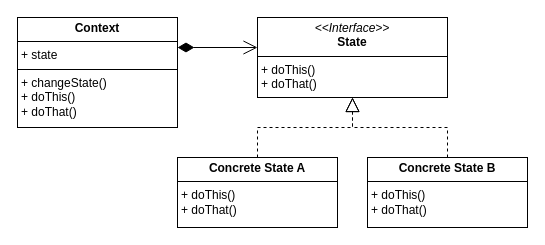
This is page "Page-1" (1 of 2) of public/blogs/state-machine/class-diagram.drawio from DLabbate/portfolio, a draw.io file, before an edit. Source tidied: cells renumbered, new cells numbered last; positions are measured from the earlier drawing's top-left corner, leaving out a move shared by most shapes. Both pictures are drawn from the tidied source at 100%, with x=0, y=0 at pixel (17, 17).
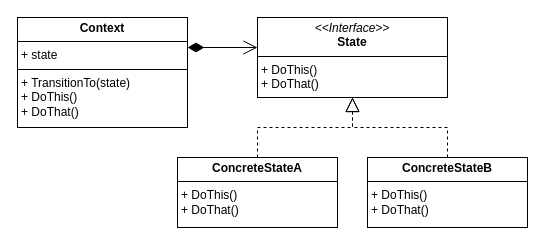
Above is the later version.

Diff of the diagram source:
```diff
@@
 <mxGraphModel>
   <root>
     <mxCell id="0" />
     <mxCell id="1" parent="0" />
-    <mxCell id="2" value="&lt;p style=&quot;margin:0px;margin-top:4px;text-align:center;&quot;&gt;&lt;b&gt;Context&lt;/b&gt;&lt;/p&gt;&lt;hr style=&quot;border-style:solid;&quot; size=&quot;1&quot;&gt;&lt;p style=&quot;margin:0px;margin-left:4px;&quot;&gt;+ state&lt;/p&gt;&lt;hr style=&quot;border-style:solid;&quot; size=&quot;1&quot;&gt;&lt;p style=&quot;margin:0px;margin-left:4px;&quot;&gt;+ changeState()&lt;/p&gt;&lt;p style=&quot;margin:0px;margin-left:4px;&quot;&gt;+ doThis()&lt;/p&gt;&lt;p style=&quot;margin:0px;margin-left:4px;&quot;&gt;+ doThat()&lt;/p&gt;" style="verticalAlign=top;align=left;overflow=fill;html=1;whiteSpace=wrap;fontFamily=Space Mono;" parent="1" vertex="1">
-      <mxGeometry width="160" height="110" as="geometry" />
+    <mxCell id="2" value="&lt;p style=&quot;margin:0px;margin-top:4px;text-align:center;&quot;&gt;&lt;b&gt;Context&lt;/b&gt;&lt;/p&gt;&lt;hr style=&quot;border-style:solid;&quot; size=&quot;1&quot;&gt;&lt;p style=&quot;margin:0px;margin-left:4px;&quot;&gt;+ state&lt;/p&gt;&lt;hr style=&quot;border-style:solid;&quot; size=&quot;1&quot;&gt;&lt;p style=&quot;margin:0px;margin-left:4px;&quot;&gt;+ TransitionTo(state)&lt;/p&gt;&lt;p style=&quot;margin:0px;margin-left:4px;&quot;&gt;+ DoThis()&lt;/p&gt;&lt;p style=&quot;margin:0px;margin-left:4px;&quot;&gt;+ DoThat()&lt;/p&gt;" style="verticalAlign=top;align=left;overflow=fill;html=1;whiteSpace=wrap;fontFamily=Space Mono;" parent="1" vertex="1">
+      <mxGeometry width="170" height="110" as="geometry" />
     </mxCell>
-    <mxCell id="3" value="&lt;p style=&quot;margin:0px;margin-top:4px;text-align:center;&quot;&gt;&lt;i&gt;&amp;lt;&amp;lt;Interface&amp;gt;&amp;gt;&lt;/i&gt;&lt;br&gt;&lt;b&gt;State&lt;/b&gt;&lt;/p&gt;&lt;hr style=&quot;border-style:solid;&quot; size=&quot;1&quot;&gt;&lt;p style=&quot;margin:0px;margin-left:4px;&quot;&gt;+ doThis()&lt;br&gt;+ doThat()&lt;/p&gt;" style="verticalAlign=top;align=left;overflow=fill;html=1;whiteSpace=wrap;fontFamily=Space Mono;" parent="1" vertex="1">
+    <mxCell id="3" value="&lt;p style=&quot;margin:0px;margin-top:4px;text-align:center;&quot;&gt;&lt;i&gt;&amp;lt;&amp;lt;Interface&amp;gt;&amp;gt;&lt;/i&gt;&lt;br&gt;&lt;b&gt;State&lt;/b&gt;&lt;/p&gt;&lt;hr style=&quot;border-style:solid;&quot; size=&quot;1&quot;&gt;&lt;p style=&quot;margin:0px;margin-left:4px;&quot;&gt;+ DoThis()&lt;br&gt;+ DoThat()&lt;/p&gt;" style="verticalAlign=top;align=left;overflow=fill;html=1;whiteSpace=wrap;fontFamily=Space Mono;" parent="1" vertex="1">
       <mxGeometry x="240" width="190" height="80" as="geometry" />
     </mxCell>
-    <mxCell id="4" value="&lt;p style=&quot;margin:0px;margin-top:4px;text-align:center;&quot;&gt;&lt;b&gt;Concrete State A&lt;/b&gt;&lt;/p&gt;&lt;hr style=&quot;border-style:solid;&quot; size=&quot;1&quot;&gt;&lt;p style=&quot;margin:0px;margin-left:4px;&quot;&gt;+ doThis()&lt;br&gt;+ doThat()&lt;br&gt;&lt;/p&gt;" style="verticalAlign=top;align=left;overflow=fill;html=1;whiteSpace=wrap;fontFamily=Space Mono;" parent="1" vertex="1">
+    <mxCell id="4" value="&lt;p style=&quot;margin:0px;margin-top:4px;text-align:center;&quot;&gt;&lt;b&gt;ConcreteStateA&lt;/b&gt;&lt;/p&gt;&lt;hr style=&quot;border-style:solid;&quot; size=&quot;1&quot;&gt;&lt;p style=&quot;margin:0px;margin-left:4px;&quot;&gt;+ DoThis()&lt;br&gt;+ DoThat()&lt;br&gt;&lt;/p&gt;" style="verticalAlign=top;align=left;overflow=fill;html=1;whiteSpace=wrap;fontFamily=Space Mono;" parent="1" vertex="1">
       <mxGeometry x="160" y="140" width="160" height="70" as="geometry" />
     </mxCell>
     <mxCell id="5" style="endArrow=block;dashed=1;endFill=0;endSize=12;html=1;rounded=0;entryX=0.5;entryY=1;entryDx=0;entryDy=0;exitX=0.5;exitY=0;exitDx=0;exitDy=0;fontFamily=Space Mono;" parent="1" edge="1" source="4" target="3">
       <mxGeometry relative="1" as="geometry">
         <Array as="points">
           <mxPoint x="240" y="110" />
           <mxPoint x="335" y="110" />
         </Array>
       </mxGeometry>
     </mxCell>
     <mxCell id="6" style="endArrow=block;dashed=1;endFill=0;endSize=12;html=1;rounded=0;entryX=0.5;entryY=1;entryDx=0;entryDy=0;exitX=0.5;exitY=0;exitDx=0;exitDy=0;fontFamily=Space Mono;" parent="1" edge="1" source="7" target="3">
       <mxGeometry relative="1" as="geometry">
         <Array as="points">
           <mxPoint x="430" y="110" />
           <mxPoint x="335" y="110" />
         </Array>
       </mxGeometry>
     </mxCell>
-    <mxCell id="7" value="&lt;p style=&quot;margin:0px;margin-top:4px;text-align:center;&quot;&gt;&lt;b&gt;Concrete State B&lt;/b&gt;&lt;/p&gt;&lt;hr style=&quot;border-style:solid;&quot; size=&quot;1&quot;&gt;&lt;p style=&quot;margin:0px;margin-left:4px;&quot;&gt;+ doThis()&lt;br&gt;+ doThat()&lt;br&gt;&lt;/p&gt;" style="verticalAlign=top;align=left;overflow=fill;html=1;whiteSpace=wrap;fontFamily=Space Mono;" parent="1" vertex="1">
+    <mxCell id="7" value="&lt;p style=&quot;margin:0px;margin-top:4px;text-align:center;&quot;&gt;&lt;b&gt;ConcreteStateB&lt;/b&gt;&lt;/p&gt;&lt;hr style=&quot;border-style:solid;&quot; size=&quot;1&quot;&gt;&lt;p style=&quot;margin:0px;margin-left:4px;&quot;&gt;+ DoThis()&lt;br&gt;+ DoThat()&lt;br&gt;&lt;/p&gt;" style="verticalAlign=top;align=left;overflow=fill;html=1;whiteSpace=wrap;fontFamily=Space Mono;" parent="1" vertex="1">
       <mxGeometry x="350" y="140" width="160" height="70" as="geometry" />
     </mxCell>
-    <mxCell id="8" style="endArrow=open;html=1;endSize=12;startArrow=diamondThin;startSize=14;startFill=1;edgeStyle=orthogonalEdgeStyle;align=left;verticalAlign=bottom;rounded=0;fontFamily=Space Mono;" parent="1" edge="1">
-      <mxGeometry x="-1" y="3" relative="1" as="geometry">
-        <mxPoint x="160" y="30" as="sourcePoint" />
-        <mxPoint x="240" y="30" as="targetPoint" />
-      </mxGeometry>
-    </mxCell>
+    <mxCell id="9" style="endArrow=open;html=1;endSize=12;startArrow=diamondThin;startSize=14;startFill=1;edgeStyle=orthogonalEdgeStyle;align=left;verticalAlign=bottom;rounded=0;" parent="1" edge="1">
+      <mxGeometry x="-1" y="3" relative="1" as="geometry">
+        <mxPoint x="170" y="30" as="sourcePoint" />
+        <mxPoint x="240" y="30" as="targetPoint" />
+      </mxGeometry>
+    </mxCell>
   </root>
 </mxGraphModel>
```
